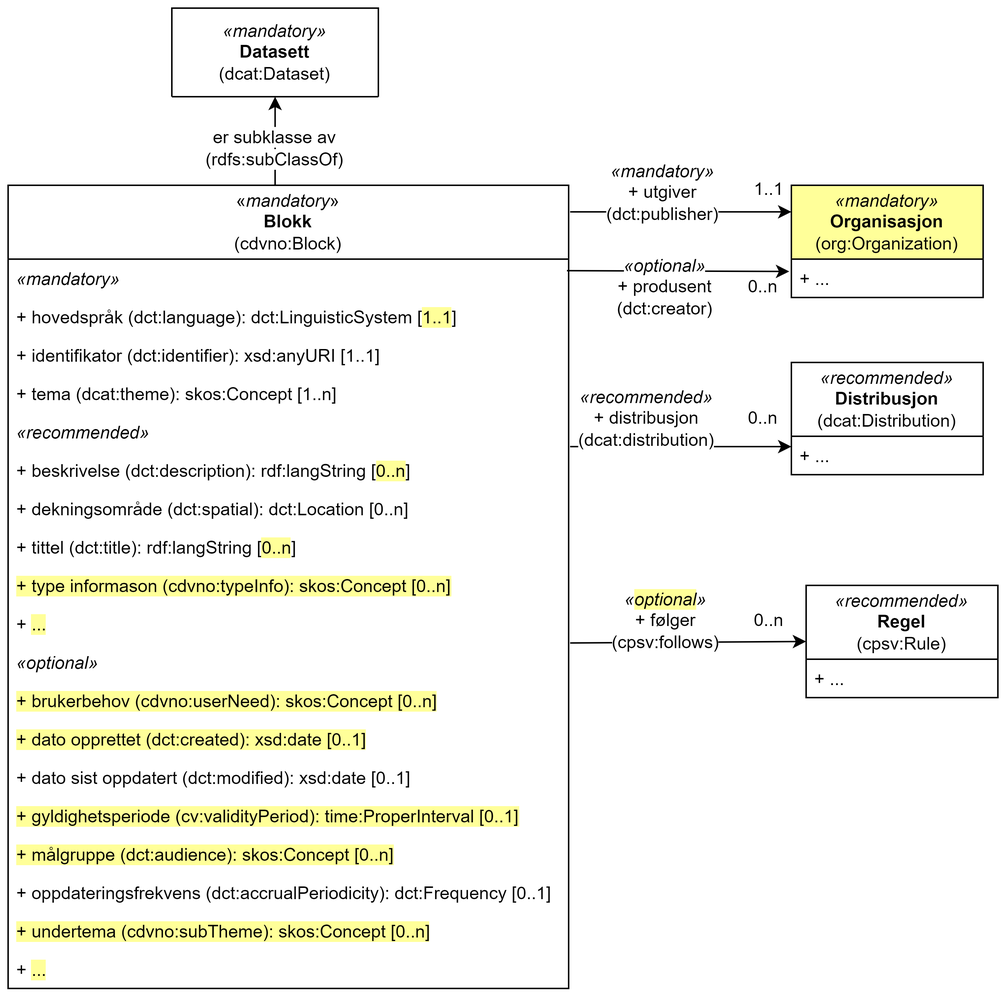
Earlier version of the draw.io export cdvno/images/cdvno-block.png (jimjyang/playground). Source tidied: cells renumbered, new cells last; positions are measured from the earlier drawing's top-left corner, leaving out a move shared by most shapes.
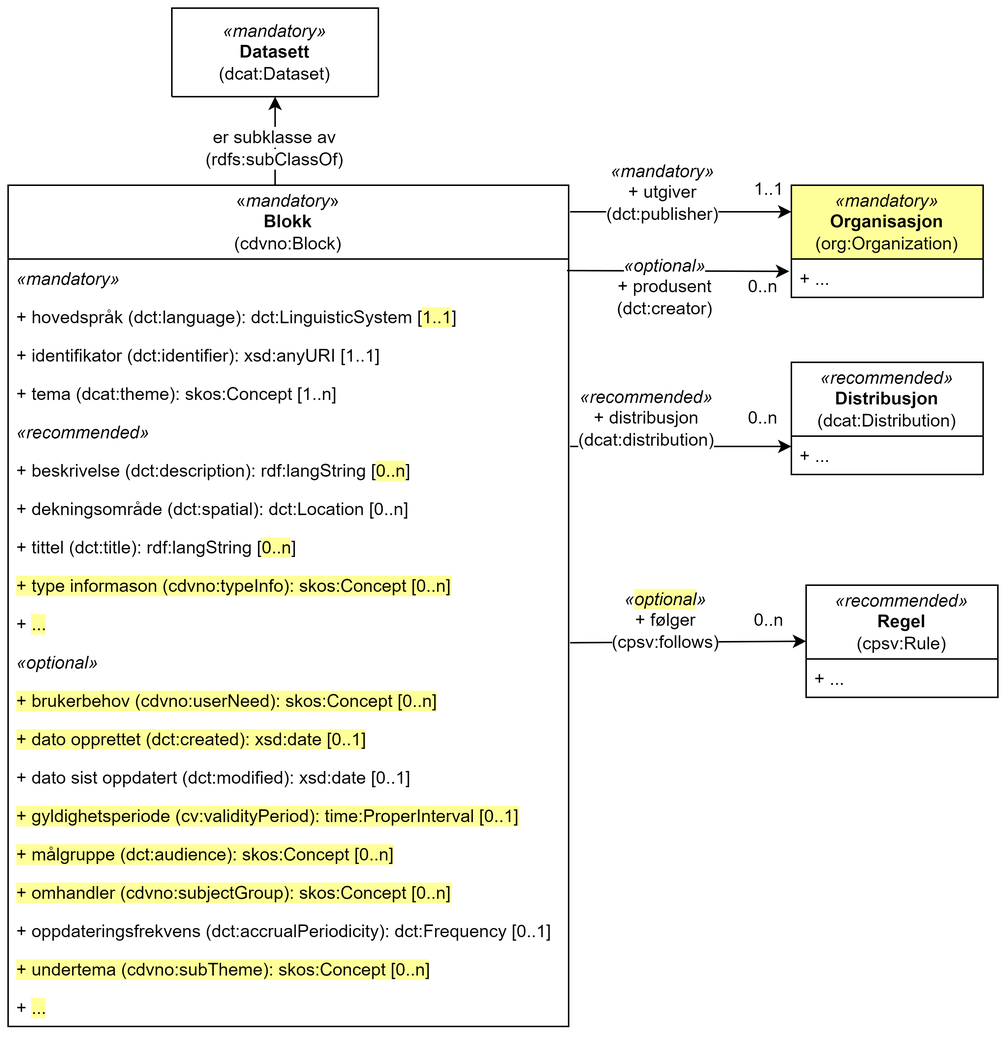
Later version of the same file.

Commit message:
blokk - målgruppe vs. omhandler

The edit, as a diff of the source:
```diff
@@ -57,7 +57,7 @@
       <mxGeometry x="128" y="70" width="106" height="50" as="geometry" />
     </mxCell>
     <mxCell id="18" value="«&lt;i&gt;mandatory&lt;/i&gt;»&lt;br&gt;&lt;b&gt;Blokk&lt;br&gt;&lt;/b&gt;(cdvno:Block)" style="swimlane;fontStyle=0;horizontal=1;startSize=50;fillColor=none;whiteSpace=wrap;html=1;" parent="1" vertex="1">
-      <mxGeometry y="120" width="380" height="544" as="geometry" />
+      <mxGeometry y="120" width="380" height="570" as="geometry" />
     </mxCell>
     <mxCell id="19" value="&lt;i&gt;«mandatory»&lt;/i&gt;" style="text;strokeColor=none;fillColor=none;align=left;verticalAlign=top;spacingLeft=4;spacingRight=4;overflow=hidden;points=[[0,0.5],[1,0.5]];portConstraint=eastwest;whiteSpace=wrap;html=1;" parent="18" vertex="1">
       <mxGeometry y="50" width="380" height="26" as="geometry" />
@@ -107,14 +107,17 @@
     <mxCell id="34" value="&lt;span style=&quot;background-color: rgb(255, 255, 153);&quot;&gt;+ målgruppe (dct:audience): skos:Concept [0..n]&lt;/span&gt;" style="text;strokeColor=none;fillColor=none;align=left;verticalAlign=top;spacingLeft=4;spacingRight=4;overflow=hidden;whiteSpace=wrap;html=1;" parent="18" vertex="1">
       <mxGeometry y="440" width="380" height="26" as="geometry" />
     </mxCell>
+    <mxCell id="43" value="&lt;span style=&quot;background-color: rgb(255, 255, 153);&quot;&gt;+ omhandler (cdvno:subjectGroup): skos:Concept [0..n]&lt;/span&gt;" style="text;strokeColor=none;fillColor=none;align=left;verticalAlign=top;spacingLeft=4;spacingRight=4;overflow=hidden;whiteSpace=wrap;html=1;" parent="18" vertex="1">
+      <mxGeometry y="466" width="380" height="26" as="geometry" />
+    </mxCell>
     <mxCell id="35" value="+ oppdateringsfrekvens (dct:accrualPeriodicity):&amp;nbsp;dct:Frequency [0..1]" style="text;strokeColor=none;fillColor=none;align=left;verticalAlign=top;spacingLeft=4;spacingRight=4;overflow=hidden;whiteSpace=wrap;html=1;" parent="18" vertex="1">
-      <mxGeometry y="466" width="380" height="26" as="geometry" />
+      <mxGeometry y="492" width="380" height="26" as="geometry" />
     </mxCell>
     <mxCell id="36" value="&lt;span style=&quot;background-color: rgb(255, 255, 153);&quot;&gt;+ undertema (cdvno:subTheme): skos:Concept [0..n]&lt;/span&gt;" style="text;strokeColor=none;fillColor=none;align=left;verticalAlign=top;spacingLeft=4;spacingRight=4;overflow=hidden;whiteSpace=wrap;html=1;" parent="18" vertex="1">
-      <mxGeometry y="492" width="380" height="26" as="geometry" />
+      <mxGeometry y="518" width="380" height="26" as="geometry" />
     </mxCell>
     <mxCell id="37" value="+ &lt;span style=&quot;background-color: rgb(255, 255, 153);&quot;&gt;...&lt;/span&gt;" style="text;strokeColor=none;fillColor=none;align=left;verticalAlign=top;spacingLeft=4;spacingRight=4;overflow=hidden;whiteSpace=wrap;html=1;" parent="18" vertex="1">
-      <mxGeometry y="518" width="380" height="26" as="geometry" />
+      <mxGeometry y="544" width="380" height="26" as="geometry" />
     </mxCell>
     <mxCell id="38" value="&lt;i style=&quot;border-color: var(--border-color);&quot;&gt;«recommended»&lt;/i&gt;&lt;br style=&quot;border-color: var(--border-color);&quot;&gt;&lt;b style=&quot;border-color: var(--border-color);&quot;&gt;Regel&lt;br style=&quot;border-color: var(--border-color);&quot;&gt;&lt;/b&gt;(cpsv:Rule)" style="swimlane;fontStyle=0;horizontal=1;startSize=50;fillColor=none;whiteSpace=wrap;html=1;" parent="1" vertex="1">
       <mxGeometry x="541" y="391" width="130" height="76" as="geometry" />
```
